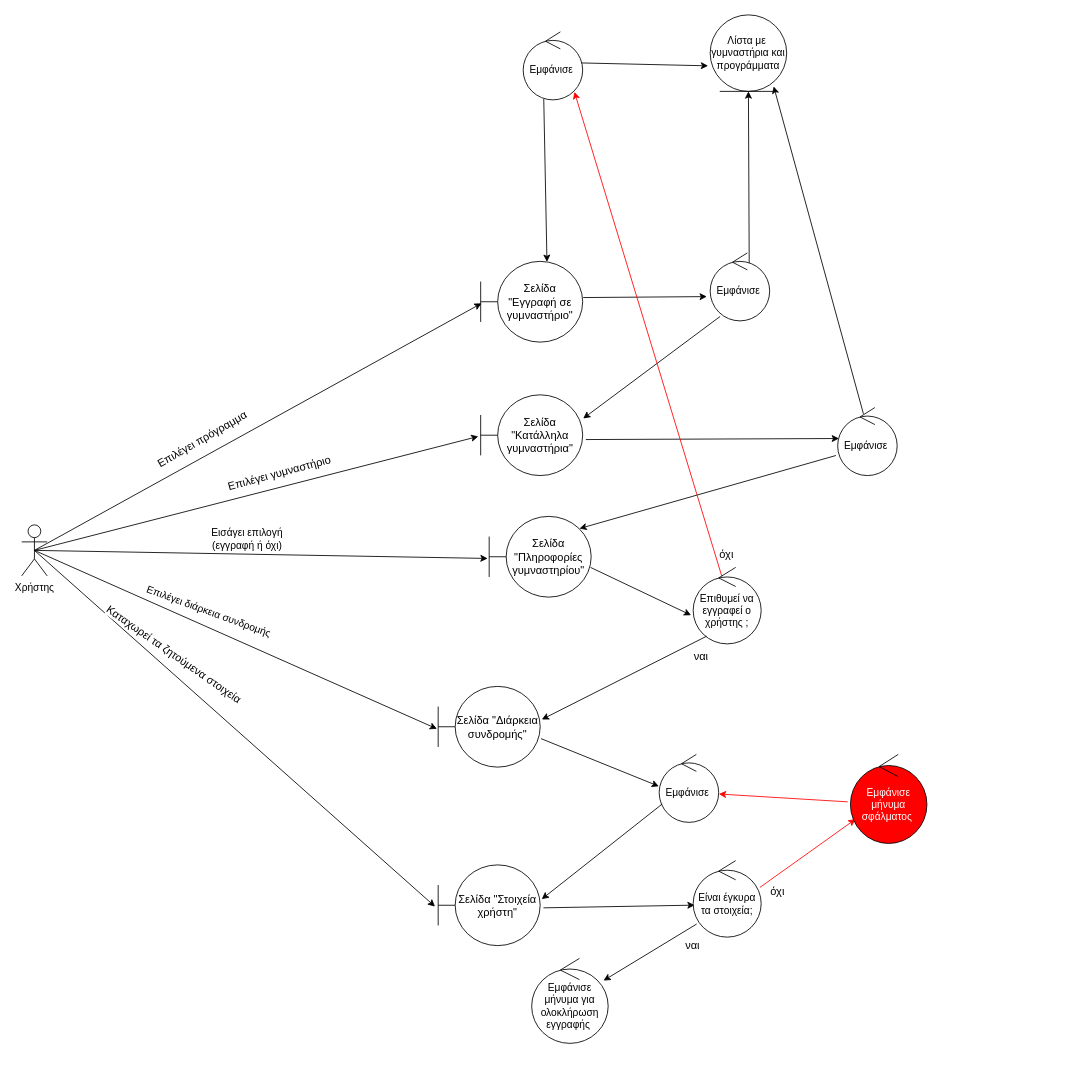
Above: ΠΕΜΠΤΟ ΠΑΡΑΔΟΤΕΟ/ΔΙΟΡΘΩΣΕΙΣ ΠΡΟΗΓΟΥΜΕΝΩΝ ΠΑΡΑΔΟΤΕΩΝ/Robustness-diagrams-v0.3/rd_εγγραφή_σε_γυμναστήριο-v0.3.drawio in Dionkaps/Eu-Zin (draw.io), before the change. Source tidied: cells renumbered, new cells numbered last; positions are measured from the earlier drawing's top-left corner, leaving out a move shared by most shapes. Both pictures are drawn from the tidied source at 85%, with x=0, y=0 at pixel (21, 14).
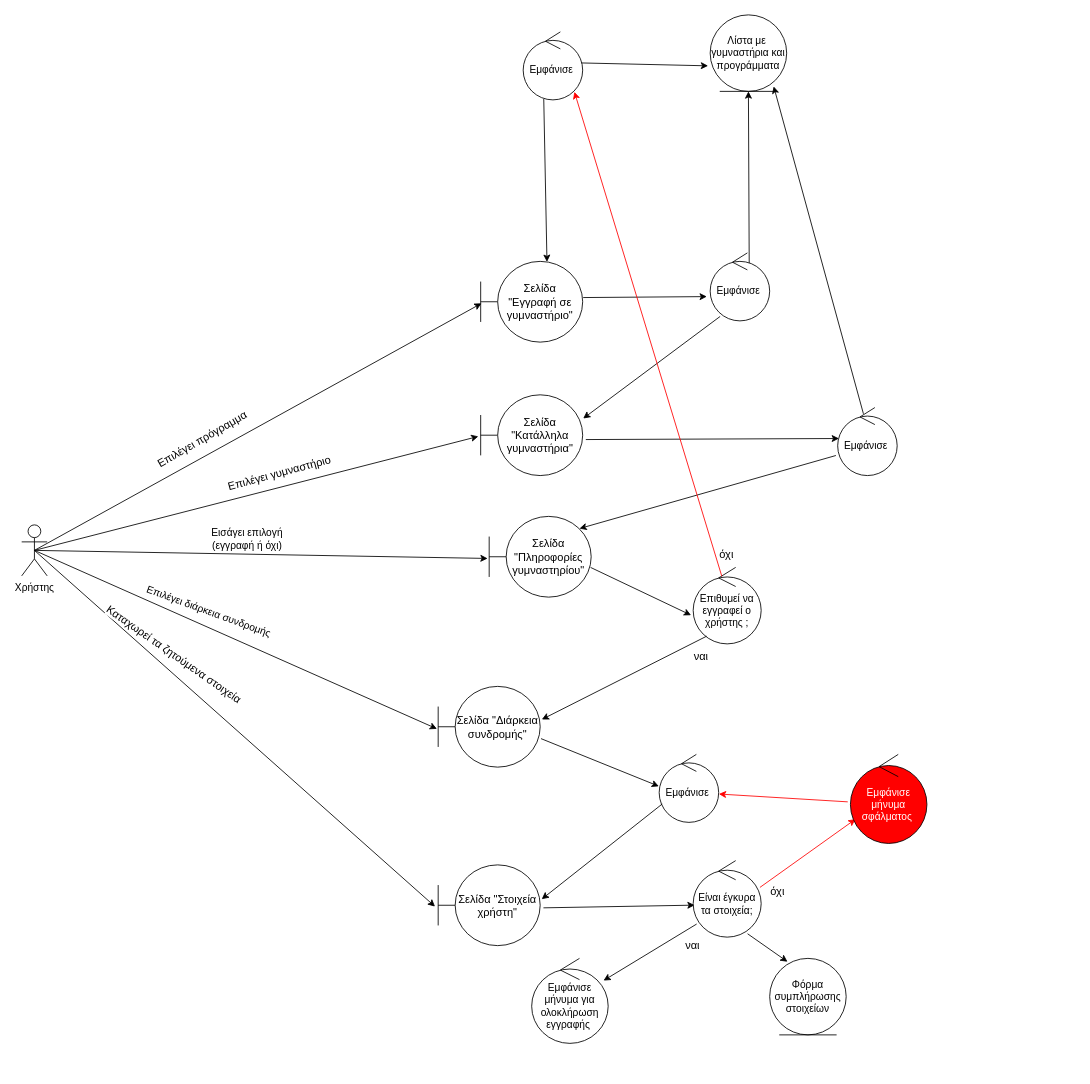
Above is the later version.

The change refers to these unchanged cells:
```xml
<mxCell id="38" value="&lt;font&gt;Είναι έγκυρα τα στοιχεία;&lt;/font&gt;" style="ellipse;shape=umlControl;whiteSpace=wrap;html=1;strokeColor=#000000;fontColor=#000000;" parent="1" vertex="1">
  <mxGeometry x="790" y="995" width="80" height="90" as="geometry" />
</mxCell>
```

Diff of the diagram source:
```diff
@@
+    <mxCell id="48" style="rounded=0;jettySize=auto;html=1;strokeColor=#000000;fontColor=#000000;exitX=0.8;exitY=0.956;exitDx=0;exitDy=0;exitPerimeter=0;entryX=0.233;entryY=0.044;entryDx=0;entryDy=0;entryPerimeter=0;" parent="1" edge="1" source="38" target="49">
+      <mxGeometry relative="1" as="geometry" />
+    </mxCell>
+    <mxCell id="49" value="Φόρμα συμπλήρωσης στοιχείων" style="ellipse;shape=umlEntity;whiteSpace=wrap;html=1;strokeColor=#000000;fontColor=#000000;" parent="1" vertex="1">
+      <mxGeometry x="880" y="1110" width="90" height="90" as="geometry" />
+    </mxCell>
```
